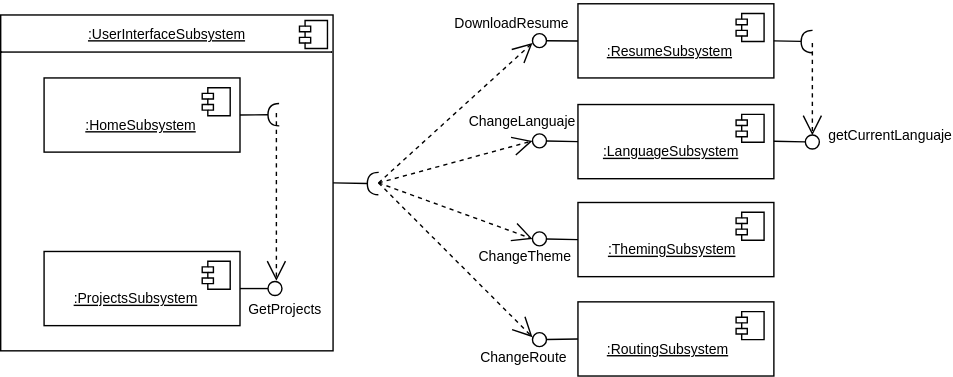
Above: documents/SubsystemServices.svg in larr97/portfolio-project (draw.io), before the change. Source tidied: cells renumbered, new cells last; positions are measured from the earlier drawing's top-left corner, leaving out a move shared by most shapes.
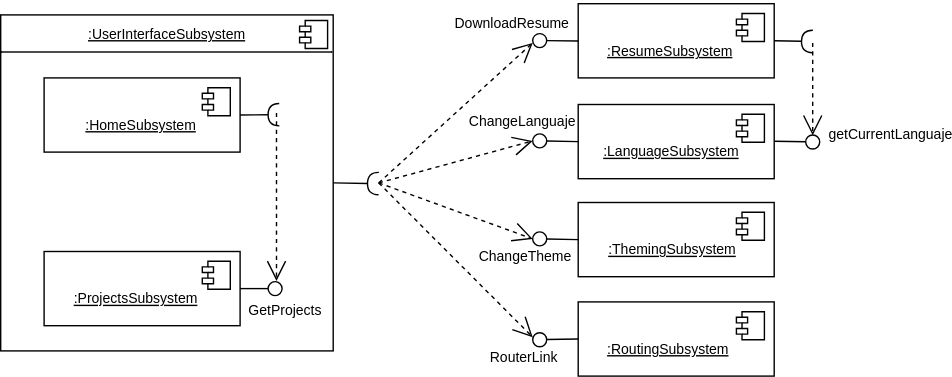
After the commit.

What changed in the source:
```diff
@@ -158,7 +158,7 @@
     <mxCell id="38" value="&lt;font style=&quot;font-size: 10px;&quot;&gt;ChangeTheme&lt;/font&gt;" style="text;html=1;align=center;verticalAlign=middle;whiteSpace=wrap;rounded=0;" parent="1" vertex="1">
       <mxGeometry x="341.5" y="168.5" width="65" height="26.5" as="geometry" />
     </mxCell>
-    <mxCell id="39" value="&lt;span style=&quot;font-size: 10px;&quot;&gt;ChangeRoute&lt;/span&gt;" style="text;html=1;align=center;verticalAlign=middle;whiteSpace=wrap;rounded=0;" parent="1" vertex="1">
+    <mxCell id="39" value="&lt;span style=&quot;font-size: 10px;&quot;&gt;RouterLink&lt;/span&gt;" style="text;html=1;align=center;verticalAlign=middle;whiteSpace=wrap;rounded=0;" parent="1" vertex="1">
       <mxGeometry x="341" y="240.5" width="65" height="26.5" as="geometry" />
     </mxCell>
     <mxCell id="40" value="&lt;font style=&quot;font-size: 10px;&quot;&gt;GetProjects&lt;/font&gt;" style="text;html=1;align=center;verticalAlign=middle;whiteSpace=wrap;rounded=0;" parent="1" vertex="1">
```
